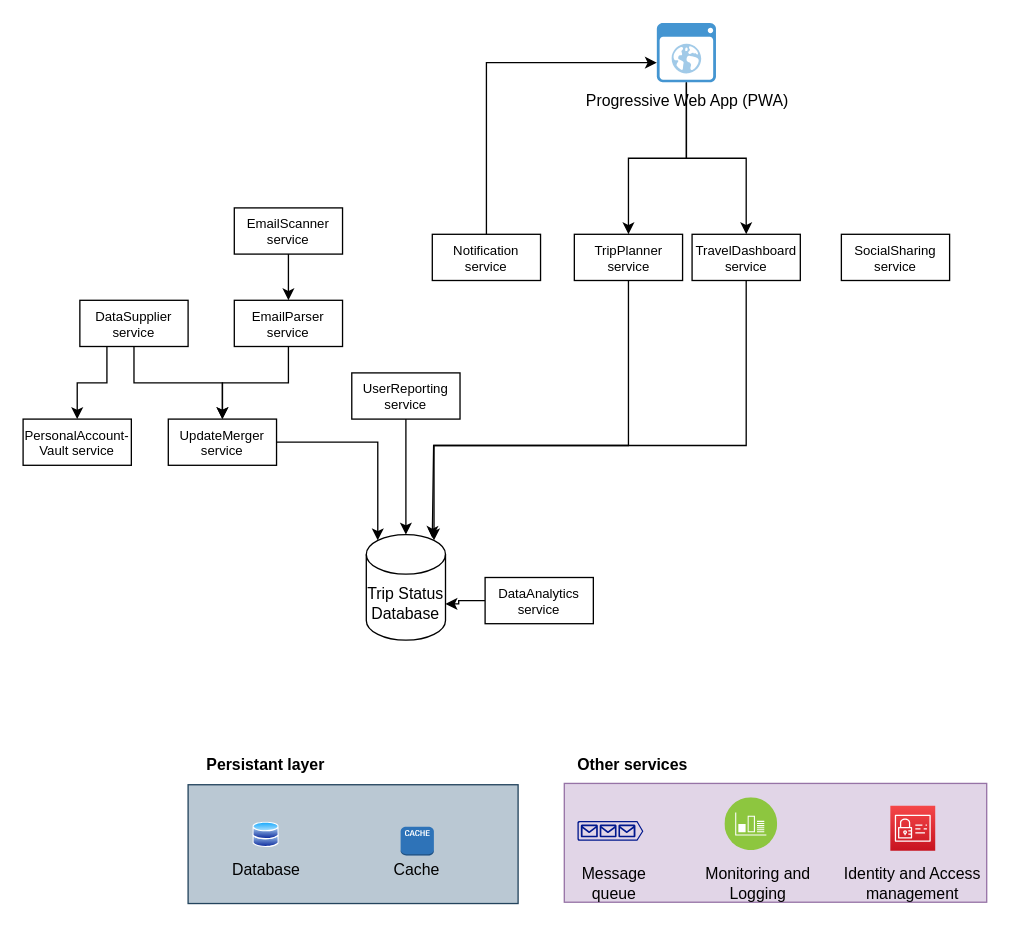
Before: diagrams/Untitled Diagram.drawio in Orry/CloudeneersArchKata2023, a draw.io diagram. Source tidied: cells renumbered, new cells numbered last; positions are measured from the earlier drawing's top-left corner, leaving out a move shared by most shapes. Both pictures are drawn from the tidied source at 132%, with x=0, y=0 at pixel (22, 22).
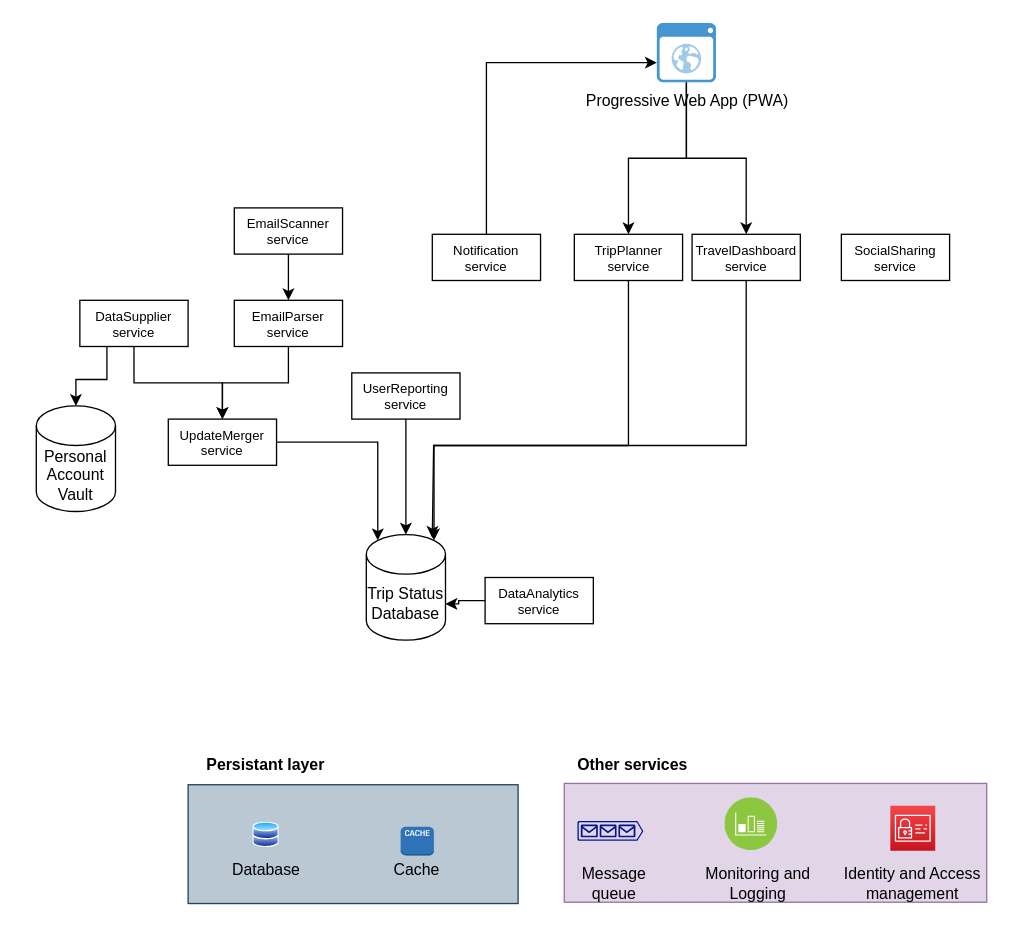
Above is the later version.

Commit message:
Component draft update - vault as DB

Unchanged cells that the change refers to:
```xml
<mxCell id="8" value="DataSupplier service" style="rounded=0;whiteSpace=wrap;html=1;fontSize=10;" parent="1" vertex="1">
  <mxGeometry x="43" y="210" width="82" height="35" as="geometry" />
</mxCell>
```

Diff of the diagram source:
```diff
@@
-    <mxCell id="7" style="edgeStyle=orthogonalEdgeStyle;rounded=0;jettySize=auto;html=1;entryX=0.5;entryY=0;entryDx=0;entryDy=0;exitX=0.25;exitY=1;exitDx=0;exitDy=0;" parent="1" edge="1" source="8" target="36">
-      <mxGeometry relative="1" as="geometry" />
+    <mxCell id="7" style="edgeStyle=orthogonalEdgeStyle;rounded=0;jettySize=auto;html=1;exitX=0.25;exitY=1;exitDx=0;exitDy=0;entryX=0.5;entryY=0;entryDx=0;entryDy=0;entryPerimeter=0;" parent="1" edge="1" source="8" target="42">
+      <mxGeometry relative="1" as="geometry">
+        <Array as="points">
+          <mxPoint x="64" y="270" />
+          <mxPoint x="40" y="270" />
+        </Array>
+      </mxGeometry>
     </mxCell>
@@
-    <mxCell id="36" value="PersonalAccount-Vault service" style="rounded=0;whiteSpace=wrap;html=1;fontSize=10;" parent="1" vertex="1">
-      <mxGeometry y="300" width="82" height="35" as="geometry" />
-    </mxCell>
@@
+    <mxCell id="42" value="Personal Account Vault" style="shape=cylinder3;whiteSpace=wrap;html=1;boundedLbl=1;backgroundOutline=1;size=15;" parent="1" vertex="1">
+      <mxGeometry x="10" y="290" width="60" height="80" as="geometry" />
+    </mxCell>
```
